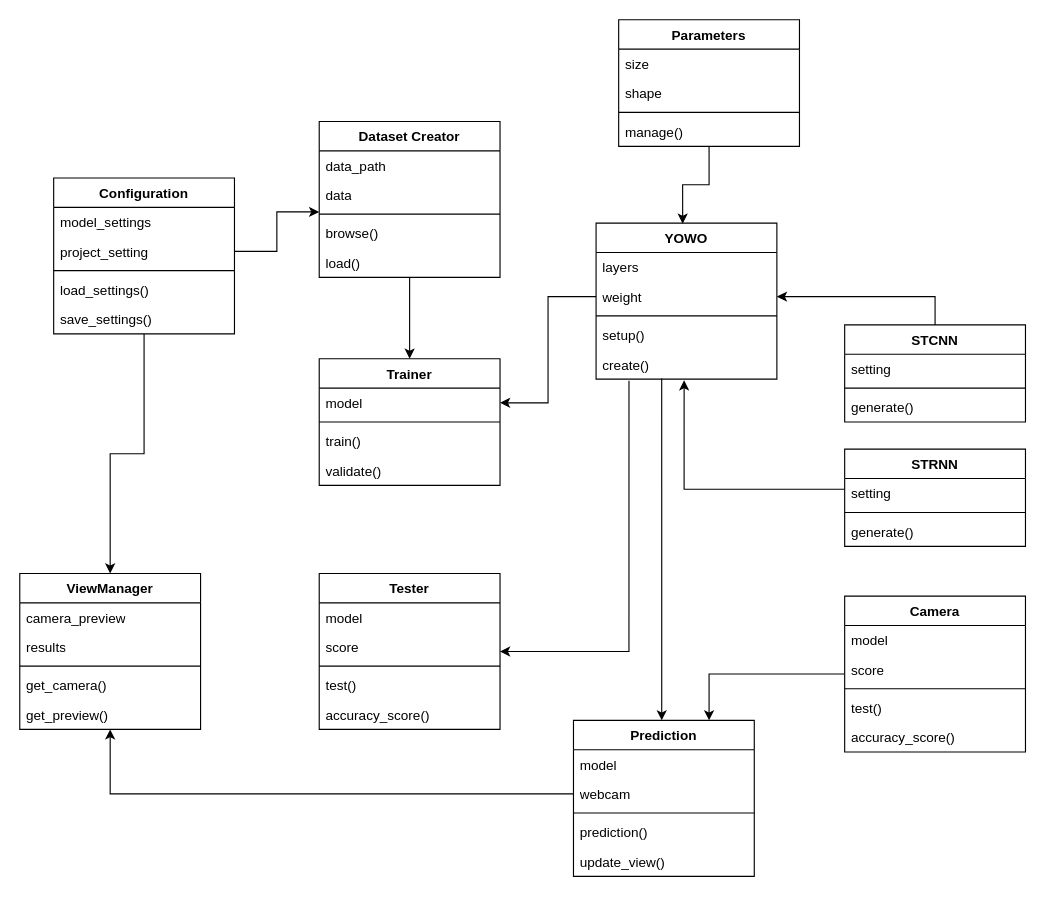
Before: docs/dfd.drawio in digipodium/Major_project_training_sample, a draw.io diagram. Source tidied: cells renumbered, new cells numbered last; positions are measured from the earlier drawing's top-left corner, leaving out a move shared by most shapes. Both pictures are drawn from the tidied source at 113%, with x=0, y=0 at pixel (19, 19).
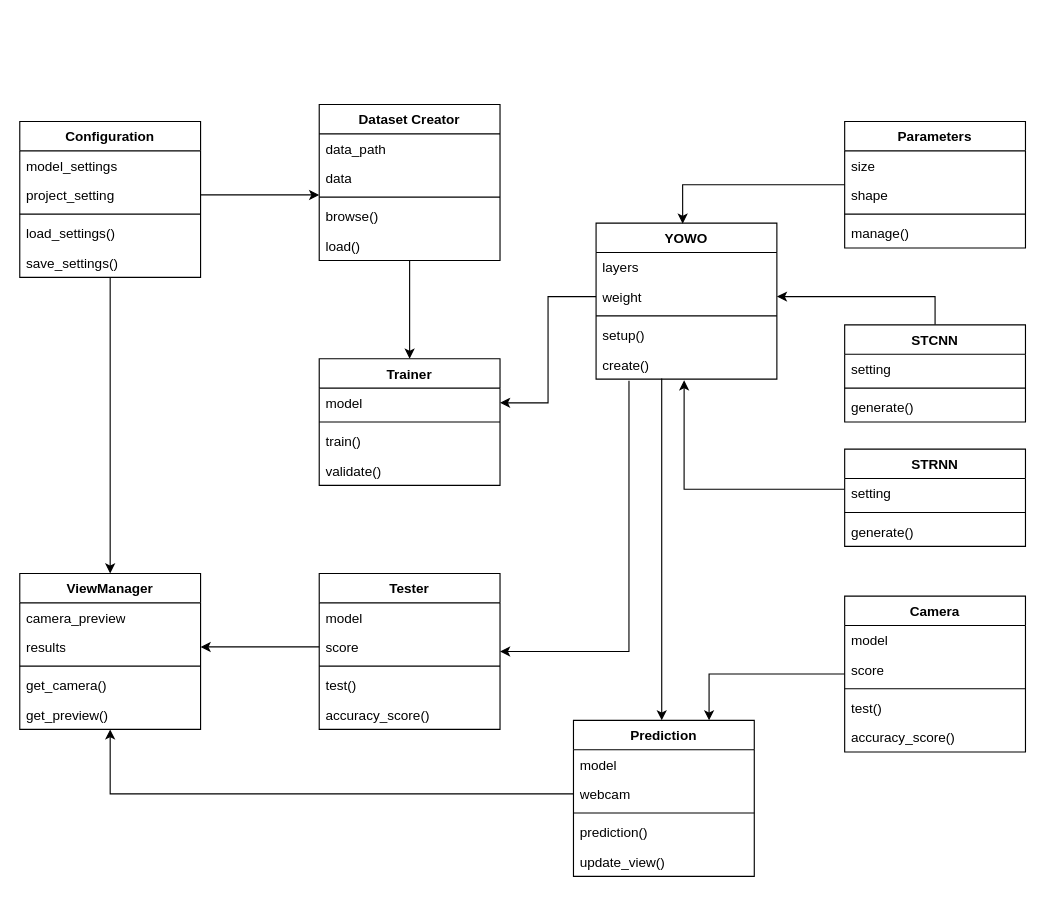
After the change.

The change refers to these unchanged cells:
```xml
<mxCell id="45" value="score" style="text;strokeColor=none;fillColor=none;align=left;verticalAlign=top;spacingLeft=4;spacingRight=4;overflow=hidden;points=[[0,0.5],[1,0.5]];portConstraint=eastwest;whiteSpace=wrap;html=1;" parent="43" vertex="1">
  <mxGeometry y="52" width="160" height="26" as="geometry" />
</mxCell>
<mxCell id="54" value="results" style="text;strokeColor=none;fillColor=none;align=left;verticalAlign=top;spacingLeft=4;spacingRight=4;overflow=hidden;points=[[0,0.5],[1,0.5]];portConstraint=eastwest;whiteSpace=wrap;html=1;" parent="52" vertex="1">
  <mxGeometry y="52" width="160" height="26" as="geometry" />
</mxCell>
```

What changed in the source:
```diff
@@
     <mxCell id="3" value="Configuration" style="swimlane;fontStyle=1;align=center;verticalAlign=top;horizontal=1;startSize=26;whiteSpace=wrap;html=1;" parent="1" vertex="1">
-      <mxGeometry x="30" y="140" width="160" height="138" as="geometry" />
+      <mxGeometry y="90" width="160" height="138" as="geometry" />
     </mxCell>
@@
     <mxCell id="10" value="Dataset Creator" style="swimlane;fontStyle=1;align=center;verticalAlign=top;horizontal=1;startSize=26;whiteSpace=wrap;html=1;" parent="1" vertex="1">
-      <mxGeometry x="265" y="90" width="160" height="138" as="geometry" />
+      <mxGeometry x="265" y="75" width="160" height="138" as="geometry" />
     </mxCell>
@@
     <mxCell id="23" value="Parameters" style="swimlane;fontStyle=1;align=center;verticalAlign=top;horizontal=1;startSize=26;whiteSpace=wrap;html=1;" parent="1" vertex="1">
-      <mxGeometry x="530" width="160" height="112" as="geometry" />
+      <mxGeometry x="730" y="90" width="160" height="112" as="geometry" />
     </mxCell>
@@
+    <mxCell id="73" style="edgeStyle=orthogonalEdgeStyle;rounded=0;jettySize=auto;html=1;" parent="1" edge="1" source="45" target="54">
+      <mxGeometry relative="1" as="geometry" />
+    </mxCell>
```
